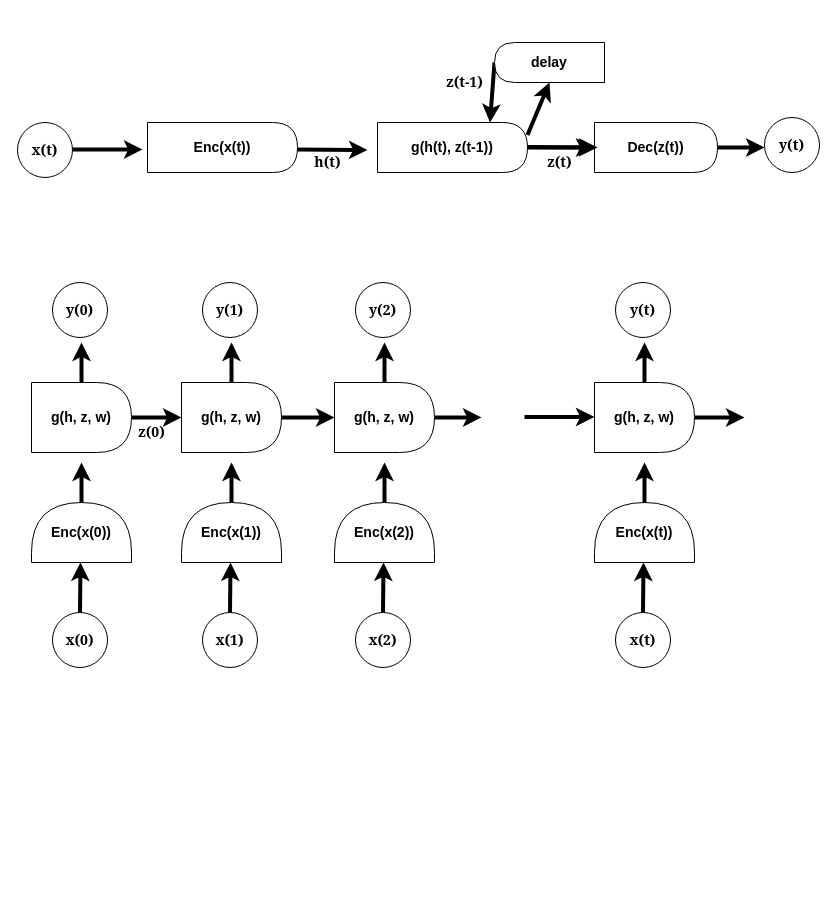
Above: nyu_dl/rnn.drawio in sunilch/learning (draw.io), before the change. Source tidied: cells renumbered, new cells numbered last; positions are measured from the earlier drawing's top-left corner, leaving out a move shared by most shapes. Both pictures are drawn from the tidied source at 100%, with x=0, y=0 at pixel (17, 42).
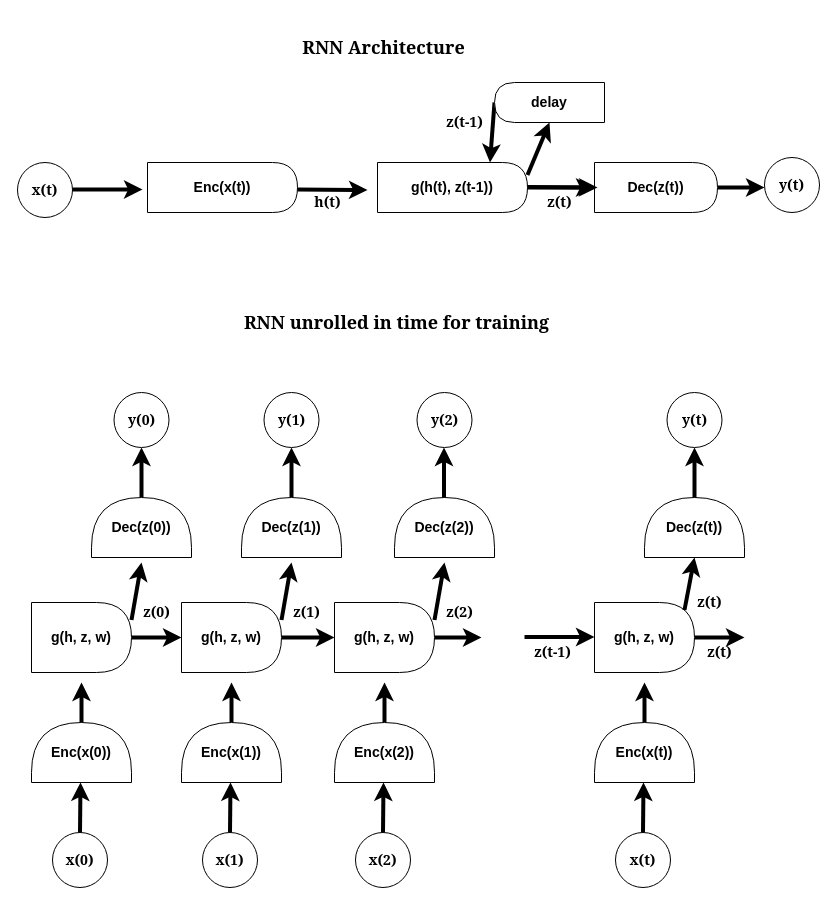
Above is the later version.

What changed in the source:
```diff
@@
     <mxCell id="2" value="&lt;h3&gt;Enc(x(t))&lt;/h3&gt;" style="shape=delay;whiteSpace=wrap;html=1;" parent="1" vertex="1">
-      <mxGeometry x="130" y="80" width="150" height="50" as="geometry" />
+      <mxGeometry x="130" y="120" width="150" height="50" as="geometry" />
     </mxCell>
     <mxCell id="3" value="&lt;h3&gt;&lt;font face=&quot;Georgia&quot;&gt;x(t)&lt;/font&gt;&lt;/h3&gt;" style="ellipse;whiteSpace=wrap;html=1;" parent="1" vertex="1">
-      <mxGeometry y="80" width="55" height="55" as="geometry" />
+      <mxGeometry y="120" width="55" height="55" as="geometry" />
     </mxCell>
     <mxCell id="4" style="endArrow=classic;html=1;strokeWidth=4;" parent="1" edge="1">
       <mxGeometry relative="1" as="geometry">
-        <mxPoint x="55" y="107" as="sourcePoint" />
-        <mxPoint x="125" y="107" as="targetPoint" />
+        <mxPoint x="55" y="147" as="sourcePoint" />
+        <mxPoint x="125" y="147" as="targetPoint" />
       </mxGeometry>
     </mxCell>
@@
     <mxCell id="6" value="&lt;h3&gt;delay&lt;/h3&gt;" style="shape=delay;whiteSpace=wrap;html=1;direction=west;" parent="1" vertex="1">
-      <mxGeometry x="477" width="110" height="40" as="geometry" />
+      <mxGeometry x="477" y="40" width="110" height="40" as="geometry" />
     </mxCell>
     <mxCell id="7" style="endArrow=classic;html=1;strokeWidth=4;" parent="1" edge="1">
       <mxGeometry relative="1" as="geometry">
-        <mxPoint x="280" y="107" as="sourcePoint" />
-        <mxPoint x="350" y="107.5" as="targetPoint" />
+        <mxPoint x="280" y="147" as="sourcePoint" />
+        <mxPoint x="350" y="147.5" as="targetPoint" />
       </mxGeometry>
     </mxCell>
     <mxCell id="8" value="&lt;h3&gt;h(t)&lt;/h3&gt;" style="text;html=1;align=center;verticalAlign=middle;strokeColor=none;fillColor=none;fontFamily=Georgia;" parent="1" vertex="1">
-      <mxGeometry x="285" y="90" width="50" height="60" as="geometry" />
+      <mxGeometry x="285" y="130" width="50" height="60" as="geometry" />
     </mxCell>
@@
     <mxCell id="11" value="&lt;h3&gt;g(h(t), z(t-1))&lt;/h3&gt;" style="shape=delay;whiteSpace=wrap;html=1;" parent="1" vertex="1">
-      <mxGeometry x="360" y="80" width="150" height="50" as="geometry" />
+      <mxGeometry x="360" y="120" width="150" height="50" as="geometry" />
     </mxCell>
     <mxCell id="12" style="edgeStyle=none;html=1;strokeWidth=4;fontFamily=Georgia;" parent="1" edge="1" source="13">
       <mxGeometry relative="1" as="geometry">
-        <mxPoint x="747" y="105" as="targetPoint" />
+        <mxPoint x="747" y="145" as="targetPoint" />
       </mxGeometry>
     </mxCell>
     <mxCell id="13" value="&lt;h3&gt;Dec(z(t))&lt;/h3&gt;" style="shape=delay;whiteSpace=wrap;html=1;" parent="1" vertex="1">
-      <mxGeometry x="577" y="80" width="123" height="50" as="geometry" />
+      <mxGeometry x="577" y="120" width="123" height="50" as="geometry" />
     </mxCell>
     <mxCell id="14" style="endArrow=classic;html=1;strokeWidth=4;" parent="1" edge="1">
       <mxGeometry relative="1" as="geometry">
-        <mxPoint x="510" y="104.5" as="sourcePoint" />
-        <mxPoint x="580" y="105" as="targetPoint" />
+        <mxPoint x="510" y="144.5" as="sourcePoint" />
+        <mxPoint x="580" y="145" as="targetPoint" />
       </mxGeometry>
     </mxCell>
     <mxCell id="15" value="&lt;h3&gt;z(t)&lt;/h3&gt;" style="text;html=1;align=center;verticalAlign=middle;strokeColor=none;fillColor=none;fontFamily=Georgia;" parent="1" vertex="1">
-      <mxGeometry x="517" y="90" width="50" height="60" as="geometry" />
+      <mxGeometry x="517" y="130" width="50" height="60" as="geometry" />
     </mxCell>
     <mxCell id="16" value="&lt;h3&gt;z(t-1)&lt;/h3&gt;" style="text;html=1;align=center;verticalAlign=middle;strokeColor=none;fillColor=none;fontFamily=Georgia;" parent="1" vertex="1">
-      <mxGeometry x="417" y="10" width="60" height="60" as="geometry" />
+      <mxGeometry x="417" y="50" width="60" height="60" as="geometry" />
     </mxCell>
     <mxCell id="17" value="&lt;h3&gt;&lt;font face=&quot;Georgia&quot;&gt;y(t)&lt;/font&gt;&lt;/h3&gt;" style="ellipse;whiteSpace=wrap;html=1;" parent="1" vertex="1">
-      <mxGeometry x="747" y="75" width="55" height="55" as="geometry" />
+      <mxGeometry x="747" y="115" width="55" height="55" as="geometry" />
     </mxCell>
     <mxCell id="18" style="edgeStyle=none;html=1;exitX=0.5;exitY=0;exitDx=0;exitDy=0;strokeWidth=4;fontFamily=Georgia;" parent="1" edge="1" source="19">
       <mxGeometry relative="1" as="geometry">
-        <mxPoint x="63" y="520" as="targetPoint" />
+        <mxPoint x="63" y="740" as="targetPoint" />
       </mxGeometry>
     </mxCell>
     <mxCell id="19" value="&lt;h3&gt;&lt;font face=&quot;Georgia&quot;&gt;x(0)&lt;/font&gt;&lt;/h3&gt;" style="ellipse;whiteSpace=wrap;html=1;" parent="1" vertex="1">
-      <mxGeometry x="35" y="570" width="55" height="55" as="geometry" />
+      <mxGeometry x="35" y="790" width="55" height="55" as="geometry" />
     </mxCell>
     <mxCell id="20" style="edgeStyle=none;html=1;exitX=1;exitY=0.5;exitDx=0;exitDy=0;strokeWidth=4;fontFamily=Georgia;" parent="1" edge="1" source="21">
       <mxGeometry relative="1" as="geometry">
-        <mxPoint x="64" y="420" as="targetPoint" />
+        <mxPoint x="64" y="640" as="targetPoint" />
       </mxGeometry>
     </mxCell>
     <mxCell id="21" value="&lt;h3&gt;Enc(x(0))&lt;/h3&gt;" style="shape=delay;whiteSpace=wrap;html=1;direction=north;" parent="1" vertex="1">
-      <mxGeometry x="14" y="460" width="100" height="60" as="geometry" />
+      <mxGeometry x="14" y="680" width="100" height="60" as="geometry" />
     </mxCell>
-    <mxCell id="22" style="edgeStyle=none;html=1;strokeWidth=4;fontFamily=Georgia;" parent="1" edge="1" source="24">
-      <mxGeometry relative="1" as="geometry">
-        <mxPoint x="64" y="300" as="targetPoint" />
-      </mxGeometry>
-    </mxCell>
@@
+    <mxCell id="52" style="edgeStyle=none;html=1;exitX=1;exitY=0.25;exitDx=0;exitDy=0;strokeWidth=4;fontFamily=Georgia;" parent="1" edge="1" source="24">
+      <mxGeometry relative="1" as="geometry">
+        <mxPoint x="124" y="520" as="targetPoint" />
+      </mxGeometry>
+    </mxCell>
     <mxCell id="24" value="&lt;h3&gt;g(h, z, w)&lt;/h3&gt;" style="shape=delay;whiteSpace=wrap;html=1;" parent="1" vertex="1">
-      <mxGeometry x="14" y="340" width="100" height="70" as="geometry" />
+      <mxGeometry x="14" y="560" width="100" height="70" as="geometry" />
     </mxCell>
     <mxCell id="25" value="&lt;h3&gt;&lt;font face=&quot;Georgia&quot;&gt;y(0)&lt;/font&gt;&lt;/h3&gt;" style="ellipse;whiteSpace=wrap;html=1;" parent="1" vertex="1">
-      <mxGeometry x="35" y="240" width="55" height="55" as="geometry" />
+      <mxGeometry x="96.5" y="350" width="55" height="55" as="geometry" />
     </mxCell>
     <mxCell id="26" style="edgeStyle=none;html=1;exitX=0.5;exitY=0;exitDx=0;exitDy=0;strokeWidth=4;fontFamily=Georgia;" parent="1" edge="1" source="27">
       <mxGeometry relative="1" as="geometry">
-        <mxPoint x="213" y="520" as="targetPoint" />
+        <mxPoint x="213" y="740" as="targetPoint" />
       </mxGeometry>
     </mxCell>
     <mxCell id="27" value="&lt;h3&gt;&lt;font face=&quot;Georgia&quot;&gt;x(1)&lt;/font&gt;&lt;/h3&gt;" style="ellipse;whiteSpace=wrap;html=1;" parent="1" vertex="1">
-      <mxGeometry x="185" y="570" width="55" height="55" as="geometry" />
+      <mxGeometry x="185" y="790" width="55" height="55" as="geometry" />
     </mxCell>
     <mxCell id="28" style="edgeStyle=none;html=1;exitX=1;exitY=0.5;exitDx=0;exitDy=0;strokeWidth=4;fontFamily=Georgia;" parent="1" edge="1" source="29">
       <mxGeometry relative="1" as="geometry">
-        <mxPoint x="214" y="420" as="targetPoint" />
+        <mxPoint x="214" y="640" as="targetPoint" />
       </mxGeometry>
     </mxCell>
     <mxCell id="29" value="&lt;h3&gt;Enc(x(1))&lt;/h3&gt;" style="shape=delay;whiteSpace=wrap;html=1;direction=north;" parent="1" vertex="1">
-      <mxGeometry x="164" y="460" width="100" height="60" as="geometry" />
+      <mxGeometry x="164" y="680" width="100" height="60" as="geometry" />
     </mxCell>
-    <mxCell id="30" style="edgeStyle=none;html=1;strokeWidth=4;fontFamily=Georgia;" parent="1" edge="1" source="32">
-      <mxGeometry relative="1" as="geometry">
-        <mxPoint x="214" y="300" as="targetPoint" />
-      </mxGeometry>
-    </mxCell>
@@
     <mxCell id="32" value="&lt;h3&gt;g(h, z, w)&lt;/h3&gt;" style="shape=delay;whiteSpace=wrap;html=1;" parent="1" vertex="1">
-      <mxGeometry x="164" y="340" width="100" height="70" as="geometry" />
+      <mxGeometry x="164" y="560" width="100" height="70" as="geometry" />
     </mxCell>
-    <mxCell id="33" value="&lt;h3&gt;&lt;font face=&quot;Georgia&quot;&gt;y(1)&lt;/font&gt;&lt;/h3&gt;" style="ellipse;whiteSpace=wrap;html=1;" parent="1" vertex="1">
-      <mxGeometry x="185" y="240" width="55" height="55" as="geometry" />
-    </mxCell>
     <mxCell id="34" style="edgeStyle=none;html=1;exitX=0.5;exitY=0;exitDx=0;exitDy=0;strokeWidth=4;fontFamily=Georgia;" parent="1" edge="1" source="35">
       <mxGeometry relative="1" as="geometry">
-        <mxPoint x="366" y="520" as="targetPoint" />
+        <mxPoint x="366" y="740" as="targetPoint" />
       </mxGeometry>
     </mxCell>
     <mxCell id="35" value="&lt;h3&gt;&lt;font face=&quot;Georgia&quot;&gt;x(2)&lt;/font&gt;&lt;/h3&gt;" style="ellipse;whiteSpace=wrap;html=1;" parent="1" vertex="1">
-      <mxGeometry x="338" y="570" width="55" height="55" as="geometry" />
+      <mxGeometry x="338" y="790" width="55" height="55" as="geometry" />
     </mxCell>
     <mxCell id="36" style="edgeStyle=none;html=1;exitX=1;exitY=0.5;exitDx=0;exitDy=0;strokeWidth=4;fontFamily=Georgia;" parent="1" edge="1" source="37">
       <mxGeometry relative="1" as="geometry">
-        <mxPoint x="367" y="420" as="targetPoint" />
+        <mxPoint x="367" y="640" as="targetPoint" />
       </mxGeometry>
     </mxCell>
     <mxCell id="37" value="&lt;h3&gt;Enc(x(2))&lt;/h3&gt;" style="shape=delay;whiteSpace=wrap;html=1;direction=north;" parent="1" vertex="1">
-      <mxGeometry x="317" y="460" width="100" height="60" as="geometry" />
+      <mxGeometry x="317" y="680" width="100" height="60" as="geometry" />
     </mxCell>
-    <mxCell id="38" style="edgeStyle=none;html=1;strokeWidth=4;fontFamily=Georgia;" parent="1" edge="1" source="40">
-      <mxGeometry relative="1" as="geometry">
-        <mxPoint x="367" y="300" as="targetPoint" />
-      </mxGeometry>
-    </mxCell>
     <mxCell id="39" style="edgeStyle=none;html=1;strokeWidth=4;fontFamily=Georgia;" parent="1" edge="1" source="40">
       <mxGeometry relative="1" as="geometry">
-        <mxPoint x="464" y="375" as="targetPoint" />
+        <mxPoint x="464" y="595" as="targetPoint" />
       </mxGeometry>
     </mxCell>
     <mxCell id="40" value="&lt;h3&gt;g(h, z, w)&lt;/h3&gt;" style="shape=delay;whiteSpace=wrap;html=1;" parent="1" vertex="1">
-      <mxGeometry x="317" y="340" width="100" height="70" as="geometry" />
+      <mxGeometry x="317" y="560" width="100" height="70" as="geometry" />
     </mxCell>
-    <mxCell id="41" value="&lt;h3&gt;&lt;font face=&quot;Georgia&quot;&gt;y(2)&lt;/font&gt;&lt;/h3&gt;" style="ellipse;whiteSpace=wrap;html=1;" parent="1" vertex="1">
-      <mxGeometry x="338" y="240" width="55" height="55" as="geometry" />
-    </mxCell>
     <mxCell id="42" style="edgeStyle=none;html=1;exitX=0.5;exitY=0;exitDx=0;exitDy=0;strokeWidth=4;fontFamily=Georgia;" parent="1" edge="1" source="43">
       <mxGeometry relative="1" as="geometry">
-        <mxPoint x="626" y="520" as="targetPoint" />
+        <mxPoint x="626" y="740" as="targetPoint" />
       </mxGeometry>
     </mxCell>
     <mxCell id="43" value="&lt;h3&gt;&lt;font face=&quot;Georgia&quot;&gt;x(t)&lt;/font&gt;&lt;/h3&gt;" style="ellipse;whiteSpace=wrap;html=1;" parent="1" vertex="1">
-      <mxGeometry x="598" y="570" width="55" height="55" as="geometry" />
+      <mxGeometry x="598" y="790" width="55" height="55" as="geometry" />
     </mxCell>
     <mxCell id="44" style="edgeStyle=none;html=1;exitX=1;exitY=0.5;exitDx=0;exitDy=0;strokeWidth=4;fontFamily=Georgia;" parent="1" edge="1" source="45">
       <mxGeometry relative="1" as="geometry">
-        <mxPoint x="627" y="420" as="targetPoint" />
+        <mxPoint x="627" y="640" as="targetPoint" />
       </mxGeometry>
     </mxCell>
     <mxCell id="45" value="&lt;h3&gt;Enc(x(t))&lt;/h3&gt;" style="shape=delay;whiteSpace=wrap;html=1;direction=north;" parent="1" vertex="1">
-      <mxGeometry x="577" y="460" width="100" height="60" as="geometry" />
+      <mxGeometry x="577" y="680" width="100" height="60" as="geometry" />
     </mxCell>
-    <mxCell id="46" style="edgeStyle=none;html=1;strokeWidth=4;fontFamily=Georgia;" parent="1" edge="1" source="48">
-      <mxGeometry relative="1" as="geometry">
-        <mxPoint x="627" y="300" as="targetPoint" />
-      </mxGeometry>
-    </mxCell>
     <mxCell id="47" style="edgeStyle=none;html=1;exitX=1;exitY=0.5;exitDx=0;exitDy=0;strokeWidth=4;fontFamily=Georgia;" parent="1" edge="1" source="48">
       <mxGeometry relative="1" as="geometry">
-        <mxPoint x="727" y="375" as="targetPoint" />
+        <mxPoint x="727" y="595" as="targetPoint" />
       </mxGeometry>
     </mxCell>
     <mxCell id="48" value="&lt;h3&gt;g(h, z, w)&lt;/h3&gt;" style="shape=delay;whiteSpace=wrap;html=1;" parent="1" vertex="1">
-      <mxGeometry x="577" y="340" width="100" height="70" as="geometry" />
+      <mxGeometry x="577" y="560" width="100" height="70" as="geometry" />
     </mxCell>
-    <mxCell id="49" value="&lt;h3&gt;&lt;font face=&quot;Georgia&quot;&gt;y(t)&lt;/font&gt;&lt;/h3&gt;" style="ellipse;whiteSpace=wrap;html=1;" parent="1" vertex="1">
-      <mxGeometry x="598" y="240" width="55" height="55" as="geometry" />
-    </mxCell>
     <mxCell id="50" style="endArrow=classic;html=1;strokeWidth=4;" parent="1" edge="1">
       <mxGeometry relative="1" as="geometry">
-        <mxPoint x="507" y="374.5" as="sourcePoint" />
-        <mxPoint x="577" y="374.5" as="targetPoint" />
+        <mxPoint x="507" y="594.5" as="sourcePoint" />
+        <mxPoint x="577" y="594.5" as="targetPoint" />
       </mxGeometry>
     </mxCell>
     <mxCell id="51" value="&lt;h3&gt;z(0)&lt;/h3&gt;" style="text;html=1;align=center;verticalAlign=middle;strokeColor=none;fillColor=none;fontFamily=Georgia;" parent="1" vertex="1">
-      <mxGeometry x="109" y="360" width="50" height="60" as="geometry" />
+      <mxGeometry x="114" y="540" width="50" height="60" as="geometry" />
     </mxCell>
+    <mxCell id="53" value="&lt;h2&gt;RNN Architecture&lt;/h2&gt;" style="text;html=1;align=center;verticalAlign=middle;strokeColor=none;fillColor=none;fontFamily=Georgia;" parent="1" vertex="1">
+      <mxGeometry x="270.5" y="-25" width="190" height="60" as="geometry" />
+    </mxCell>
+    <mxCell id="54" value="&lt;h2&gt;RNN unrolled in time for training&lt;/h2&gt;" style="text;html=1;align=center;verticalAlign=middle;strokeColor=none;fillColor=none;fontFamily=Georgia;" parent="1" vertex="1">
+      <mxGeometry x="214" y="250" width="330" height="60" as="geometry" />
+    </mxCell>
+    <mxCell id="55" value="&lt;h3&gt;z(t)&lt;/h3&gt;" style="text;html=1;align=center;verticalAlign=middle;strokeColor=none;fillColor=none;fontFamily=Georgia;" parent="1" vertex="1">
+      <mxGeometry x="677" y="580" width="50" height="60" as="geometry" />
+    </mxCell>
+    <mxCell id="56" value="&lt;h3&gt;z(t-1)&lt;/h3&gt;" style="text;html=1;align=center;verticalAlign=middle;strokeColor=none;fillColor=none;fontFamily=Georgia;" parent="1" vertex="1">
+      <mxGeometry x="505" y="580" width="60" height="60" as="geometry" />
+    </mxCell>
+    <mxCell id="57" style="edgeStyle=none;html=1;exitX=1;exitY=0.5;exitDx=0;exitDy=0;entryX=0.5;entryY=1;entryDx=0;entryDy=0;strokeWidth=4;fontFamily=Georgia;" parent="1" edge="1" source="58" target="25">
+      <mxGeometry relative="1" as="geometry" />
+    </mxCell>
+    <mxCell id="58" value="&lt;h3&gt;Dec(z(0))&lt;/h3&gt;" style="shape=delay;whiteSpace=wrap;html=1;direction=north;" parent="1" vertex="1">
+      <mxGeometry x="74" y="455" width="100" height="60" as="geometry" />
+    </mxCell>
+    <mxCell id="59" style="edgeStyle=none;html=1;exitX=1;exitY=0.25;exitDx=0;exitDy=0;strokeWidth=4;fontFamily=Georgia;" parent="1" edge="1">
+      <mxGeometry relative="1" as="geometry">
+        <mxPoint x="264" y="577.5" as="sourcePoint" />
+        <mxPoint x="274" y="520" as="targetPoint" />
+      </mxGeometry>
+    </mxCell>
+    <mxCell id="33" value="&lt;h3&gt;&lt;font face=&quot;Georgia&quot;&gt;y(1)&lt;/font&gt;&lt;/h3&gt;" style="ellipse;whiteSpace=wrap;html=1;" parent="1" vertex="1">
+      <mxGeometry x="246.5" y="350" width="55" height="55" as="geometry" />
+    </mxCell>
+    <mxCell id="60" value="&lt;h3&gt;z(1)&lt;/h3&gt;" style="text;html=1;align=center;verticalAlign=middle;strokeColor=none;fillColor=none;fontFamily=Georgia;" parent="1" vertex="1">
+      <mxGeometry x="264" y="540" width="50" height="60" as="geometry" />
+    </mxCell>
+    <mxCell id="61" style="edgeStyle=none;html=1;exitX=1;exitY=0.5;exitDx=0;exitDy=0;strokeWidth=4;fontFamily=Georgia;entryX=0.5;entryY=1;entryDx=0;entryDy=0;" parent="1" edge="1" source="62" target="33">
+      <mxGeometry relative="1" as="geometry" />
+    </mxCell>
+    <mxCell id="62" value="&lt;h3&gt;Dec(z(1))&lt;/h3&gt;" style="shape=delay;whiteSpace=wrap;html=1;direction=north;" parent="1" vertex="1">
+      <mxGeometry x="224" y="455" width="100" height="60" as="geometry" />
+    </mxCell>
+    <mxCell id="63" style="edgeStyle=none;html=1;exitX=1;exitY=0.25;exitDx=0;exitDy=0;strokeWidth=4;fontFamily=Georgia;" parent="1" edge="1">
+      <mxGeometry relative="1" as="geometry">
+        <mxPoint x="417" y="577.5" as="sourcePoint" />
+        <mxPoint x="427" y="520" as="targetPoint" />
+      </mxGeometry>
+    </mxCell>
+    <mxCell id="41" value="&lt;h3&gt;&lt;font face=&quot;Georgia&quot;&gt;y(2)&lt;/font&gt;&lt;/h3&gt;" style="ellipse;whiteSpace=wrap;html=1;" parent="1" vertex="1">
+      <mxGeometry x="399.5" y="350" width="55" height="55" as="geometry" />
+    </mxCell>
+    <mxCell id="64" value="&lt;h3&gt;z(2)&lt;/h3&gt;" style="text;html=1;align=center;verticalAlign=middle;strokeColor=none;fillColor=none;fontFamily=Georgia;" parent="1" vertex="1">
+      <mxGeometry x="417" y="540" width="50" height="60" as="geometry" />
+    </mxCell>
+    <mxCell id="65" value="&lt;h3&gt;Dec(z(2))&lt;/h3&gt;" style="shape=delay;whiteSpace=wrap;html=1;direction=north;" parent="1" vertex="1">
+      <mxGeometry x="377" y="455" width="100" height="60" as="geometry" />
+    </mxCell>
+    <mxCell id="66" style="edgeStyle=none;html=1;exitX=1;exitY=0.25;exitDx=0;exitDy=0;strokeWidth=4;fontFamily=Georgia;entryX=0;entryY=0.5;entryDx=0;entryDy=0;" parent="1" edge="1" target="68">
+      <mxGeometry relative="1" as="geometry">
+        <mxPoint x="667" y="567.5" as="sourcePoint" />
+      </mxGeometry>
+    </mxCell>
+    <mxCell id="49" value="&lt;h3&gt;&lt;font face=&quot;Georgia&quot;&gt;y(t)&lt;/font&gt;&lt;/h3&gt;" style="ellipse;whiteSpace=wrap;html=1;" parent="1" vertex="1">
+      <mxGeometry x="649.5" y="350" width="55" height="55" as="geometry" />
+    </mxCell>
+    <mxCell id="67" value="&lt;h3&gt;z(t)&lt;/h3&gt;" style="text;html=1;align=center;verticalAlign=middle;strokeColor=none;fillColor=none;fontFamily=Georgia;" parent="1" vertex="1">
+      <mxGeometry x="667" y="530" width="50" height="60" as="geometry" />
+    </mxCell>
+    <mxCell id="68" value="&lt;h3&gt;Dec(z(t))&lt;/h3&gt;" style="shape=delay;whiteSpace=wrap;html=1;direction=north;" parent="1" vertex="1">
+      <mxGeometry x="627" y="455" width="100" height="60" as="geometry" />
+    </mxCell>
+    <mxCell id="69" style="edgeStyle=none;html=1;exitX=1;exitY=0.5;exitDx=0;exitDy=0;strokeWidth=4;fontFamily=Georgia;entryX=0.5;entryY=1;entryDx=0;entryDy=0;" parent="1" edge="1">
+      <mxGeometry relative="1" as="geometry">
+        <mxPoint x="426.5" y="455" as="sourcePoint" />
+        <mxPoint x="426.5" y="405" as="targetPoint" />
+      </mxGeometry>
+    </mxCell>
+    <mxCell id="70" style="edgeStyle=none;html=1;exitX=1;exitY=0.5;exitDx=0;exitDy=0;strokeWidth=4;fontFamily=Georgia;entryX=0.5;entryY=1;entryDx=0;entryDy=0;" parent="1" edge="1">
+      <mxGeometry relative="1" as="geometry">
+        <mxPoint x="677" y="455" as="sourcePoint" />
+        <mxPoint x="677" y="405" as="targetPoint" />
+      </mxGeometry>
+    </mxCell>
```
